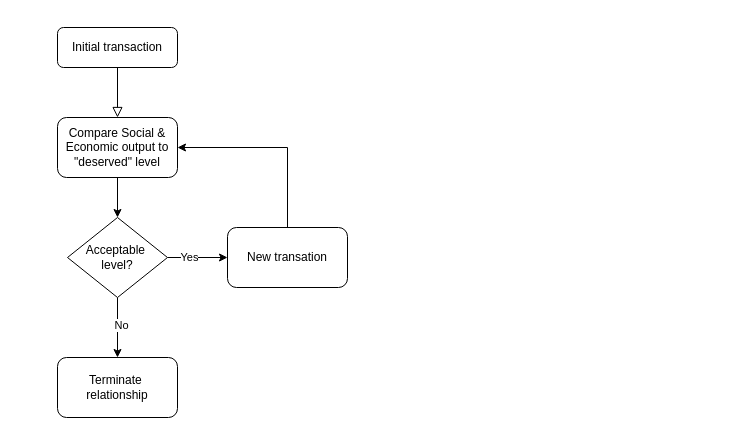
Before: set_5_3_1.drawio in jcaballe1/hello-world, a draw.io diagram. Source tidied: cells renumbered, new cells numbered last; positions are measured from the earlier drawing's top-left corner, leaving out a move shared by most shapes. Both pictures are drawn from the tidied source at 100%, with x=0, y=0 at pixel (57, 27).
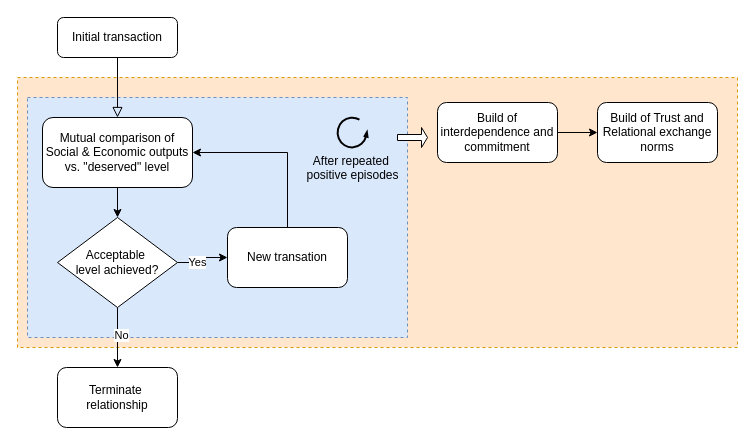
Above is the later version.

What changed in the source:
```diff
@@
+    <mxCell id="14" style="rounded=0;whiteSpace=wrap;html=1;fillColor=#ffe6cc;dashed=1;strokeColor=#d79b00;" parent="1" vertex="1">
+      <mxGeometry x="-40" y="50" width="720" height="270" as="geometry" />
+    </mxCell>
+    <mxCell id="15" style="rounded=0;whiteSpace=wrap;html=1;fillColor=#dae8fc;dashed=1;strokeColor=#6c8ebf;" parent="1" vertex="1">
+      <mxGeometry x="-30" y="70" width="380" height="240" as="geometry" />
+    </mxCell>
@@
     <mxCell id="3" value="Initial transaction" style="rounded=1;whiteSpace=wrap;html=1;fontSize=12;glass=0;strokeWidth=1;shadow=0;" parent="1" vertex="1">
-      <mxGeometry width="120" height="40" as="geometry" />
+      <mxGeometry y="-10" width="120" height="40" as="geometry" />
     </mxCell>
@@
-    <mxCell id="5" value="Compare Social &amp;amp; Economic output to &quot;deserved&quot; level" style="rounded=1;whiteSpace=wrap;html=1;" parent="1" vertex="1">
-      <mxGeometry y="90" width="120" height="60" as="geometry" />
+    <mxCell id="5" value="Mutual comparison of Social &amp;amp; Economic outputs vs. &quot;deserved&quot; level" style="rounded=1;whiteSpace=wrap;html=1;" parent="1" vertex="1">
+      <mxGeometry x="-15" y="90" width="150" height="70" as="geometry" />
     </mxCell>
@@
-    <mxCell id="10" value="Acceptable&amp;nbsp;&lt;div&gt;level?&lt;/div&gt;" style="rhombus;whiteSpace=wrap;html=1;" parent="1" vertex="1">
-      <mxGeometry x="10" y="190" width="100" height="80" as="geometry" />
+    <mxCell id="10" value="Acceptable&amp;nbsp;&lt;div&gt;level achieved?&lt;/div&gt;" style="rhombus;whiteSpace=wrap;html=1;" parent="1" vertex="1">
+      <mxGeometry y="190" width="120" height="90" as="geometry" />
     </mxCell>
     <mxCell id="11" value="Terminate&amp;nbsp;&lt;div&gt;relationship&lt;/div&gt;" style="rounded=1;whiteSpace=wrap;html=1;" parent="1" vertex="1">
-      <mxGeometry y="330" width="120" height="60" as="geometry" />
+      <mxGeometry y="340" width="120" height="60" as="geometry" />
     </mxCell>
@@
+    <mxCell id="16" value="After repeated&amp;nbsp;&lt;div&gt;positive&amp;nbsp;&lt;span style=&quot;background-color: initial;&quot;&gt;episodes&lt;/span&gt;&lt;/div&gt;" style="verticalLabelPosition=bottom;html=1;verticalAlign=top;strokeWidth=2;shape=mxgraph.lean_mapping.physical_pull;" parent="1" vertex="1">
+      <mxGeometry x="280" y="90" width="30" height="30" as="geometry" />
+    </mxCell>
+    <mxCell id="17" style="edgeStyle=orthogonalEdgeStyle;rounded=0;jettySize=auto;html=1;" parent="1" edge="1" source="18" target="19">
+      <mxGeometry relative="1" as="geometry" />
+    </mxCell>
+    <mxCell id="18" value="Build of interdependence and commitment" style="rounded=1;whiteSpace=wrap;html=1;" parent="1" vertex="1">
+      <mxGeometry x="380" y="75" width="120" height="60" as="geometry" />
+    </mxCell>
+    <mxCell id="19" value="Build of Trust and Relational exchange norms" style="whiteSpace=wrap;html=1;rounded=1;" parent="1" vertex="1">
+      <mxGeometry x="540" y="75" width="120" height="60" as="geometry" />
+    </mxCell>
+    <mxCell id="20" style="shape=singleArrow;whiteSpace=wrap;html=1;" parent="1" vertex="1">
+      <mxGeometry x="340" y="100" width="30" height="20" as="geometry" />
+    </mxCell>
```
